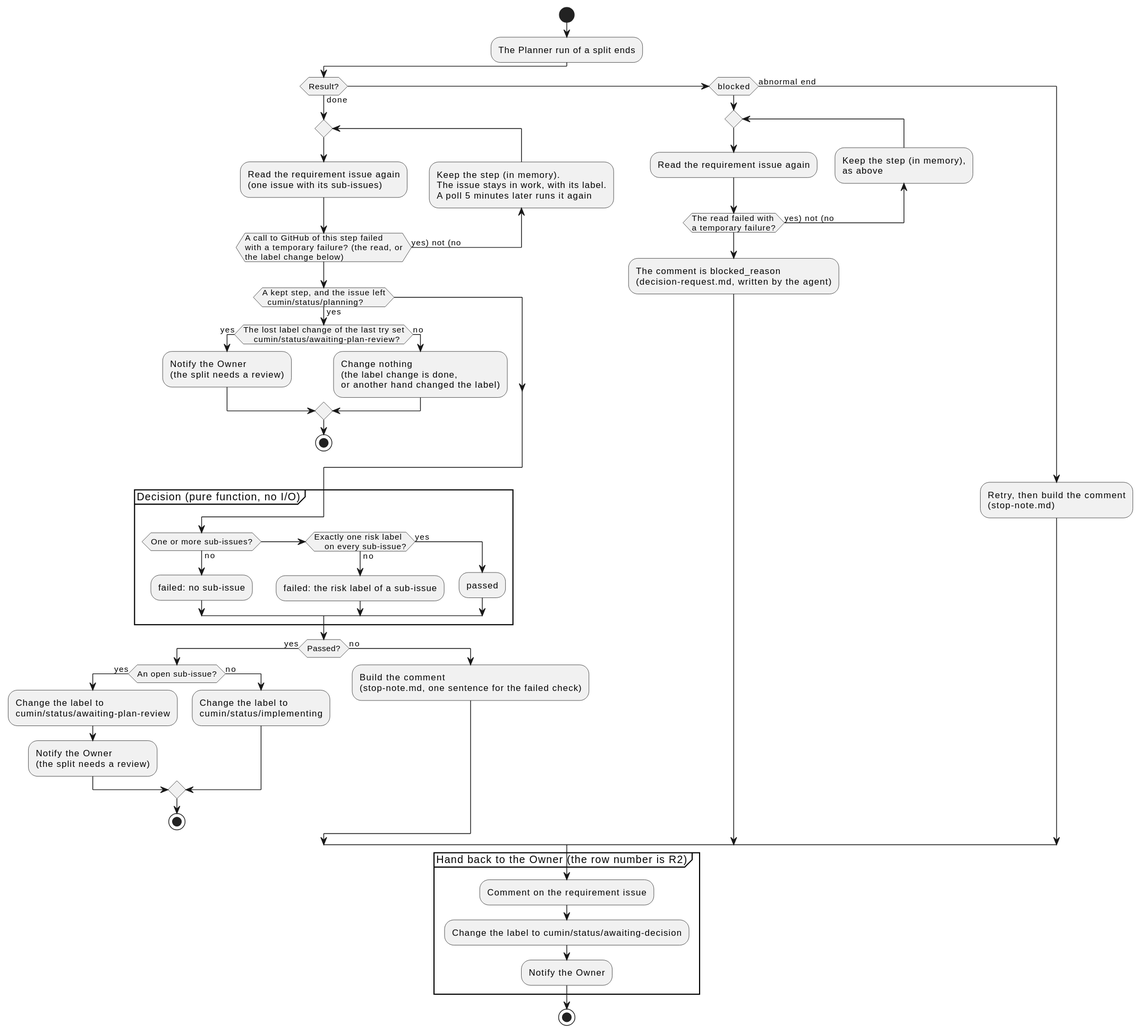
Before: docs/ja/designs/poll-split.svg, a diagram exported from PlantUML (cloveclovedev/cumin-works).
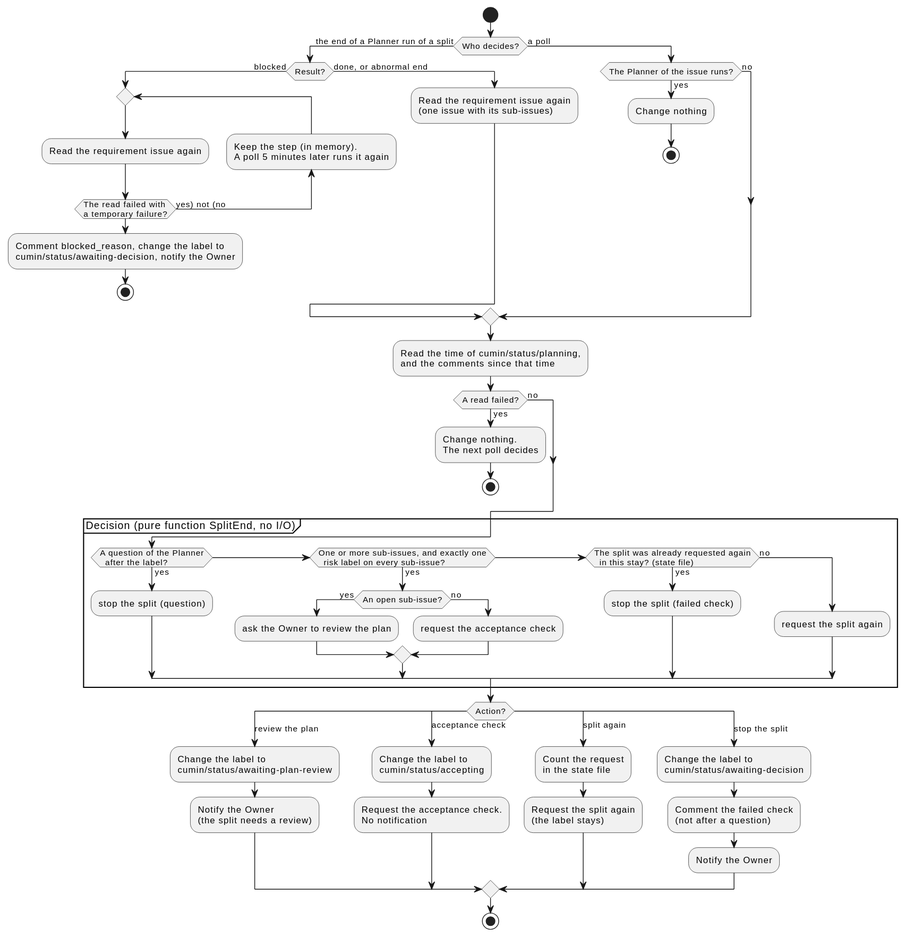
Later version of the same file.

Diff of the diagram source:
```diff
@@ -3,73 +3,76 @@
 skinparam defaultFontName sans-serif
 
 start
-:The Planner run of a split ends;
-if (Result?) then (done)
-  repeat
+if (Who decides?) then (the end of a Planner run of a split)
+  if (Result?) then (blocked)
+    repeat
+      :Read the requirement issue again;
+      backward :Keep the step (in memory).
+      A poll 5 minutes later runs it again;
+    repeat while (The read failed with
+    a temporary failure?) is (yes) not (no)
+    :Comment blocked_reason, change the label to
+    cumin/status/awaiting-decision, notify the Owner;
+    stop
+  else (done, or abnormal end)
     :Read the requirement issue again
     (one issue with its sub-issues);
-    backward :Keep the step (in memory).
-    The issue stays in work, with its label.
-    A poll 5 minutes later runs it again;
-  repeat while (A call to GitHub of this step failed
-  with a temporary failure? (the read, or
-  the label change below)) is (yes) not (no)
-  if (A kept step, and the issue left
-  cumin/status/planning?) then (yes)
-    if (The lost label change of the last try set
-    cumin/status/awaiting-plan-review?) then (yes)
-      :Notify the Owner
-      (the split needs a review);
-    else (no)
-      :Change nothing
-      (the label change is done,
-      or another hand changed the label);
-    endif
-    stop
   endif
-  partition "Decision (pure function, no I/O)" {
-    if (One or more sub-issues?) then (no)
-      :failed: no sub-issue;
-    elseif (Exactly one risk label
-    on every sub-issue?) then (no)
-      :failed: the risk label of a sub-issue;
-    else (yes)
-      :passed;
-    endif
-  }
-  if (Passed?) then (yes)
-    if (An open sub-issue?) then (yes)
-      :Change the label to
-      cumin/status/awaiting-plan-review;
-      :Notify the Owner
-      (the split needs a review);
-    else (no)
-      :Change the label to
-      cumin/status/implementing;
-    endif
+else (a poll)
+  if (The Planner of the issue runs?) then (yes)
+    :Change nothing;
     stop
   else (no)
-    :Build the comment
-    (stop-note.md, one sentence for the failed check);
   endif
-elseif (blocked) then
-  repeat
-    :Read the requirement issue again;
-    backward :Keep the step (in memory),
-    as above;
-  repeat while (The read failed with
-  a temporary failure?) is (yes) not (no)
-  :The comment is blocked_reason
-  (decision-request.md, written by the agent);
-else (abnormal end)
-  :Retry, then build the comment
-  (stop-note.md);
 endif
-
-partition "Hand back to the Owner (the row number is R2)" {
-  :Comment on the requirement issue;
-  :Change the label to cumin/status/awaiting-decision;
+:Read the time of cumin/status/planning,
+and the comments since that time;
+if (A read failed?) then (yes)
+  :Change nothing.
+  The next poll decides;
+  stop
+else (no)
+endif
+partition "Decision (pure function SplitEnd, no I/O)" {
+  if (A question of the Planner
+  after the label?) then (yes)
+    :stop the split (question);
+  elseif (One or more sub-issues, and exactly one
+  risk label on every sub-issue?) then (yes)
+    if (An open sub-issue?) then (yes)
+      :ask the Owner to review the plan;
+    else (no)
+      :request the acceptance check;
+    endif
+  elseif (The split was already requested again
+  in this stay? (state file)) then (yes)
+    :stop the split (failed check);
+  else (no)
+    :request the split again;
+  endif
+}
+switch (Action?)
+case (review the plan)
+  :Change the label to
+  cumin/status/awaiting-plan-review;
+  :Notify the Owner
+  (the split needs a review);
+case (acceptance check)
+  :Change the label to
+  cumin/status/accepting;
+  :Request the acceptance check.
+  No notification;
+case (split again)
+  :Count the request
+  in the state file;
+  :Request the split again
+  (the label stays);
+case (stop the split)
+  :Change the label to
+  cumin/status/awaiting-decision;
+  :Comment the failed check
+  (not after a question);
   :Notify the Owner;
-}
+endswitch
 stop
 @enduml
```
